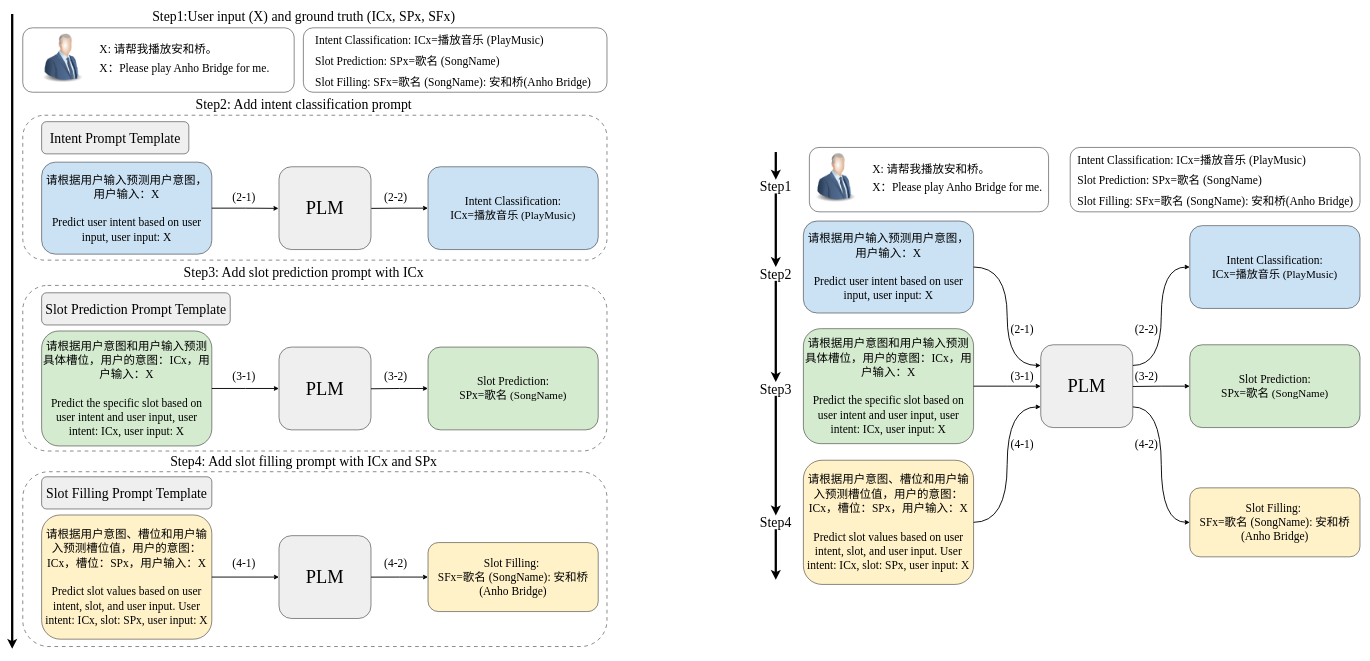
Earlier version of the draw.io diagram chinese_NLU/CpromptNLU.drawio (lengyueit/paper_pic). Source tidied: cells renumbered, new cells numbered last; positions are measured from the earlier drawing's top-left corner, leaving out a move shared by most shapes. Both pictures are drawn from the tidied source at 46%, with x=0, y=0 at pixel (12, 9).
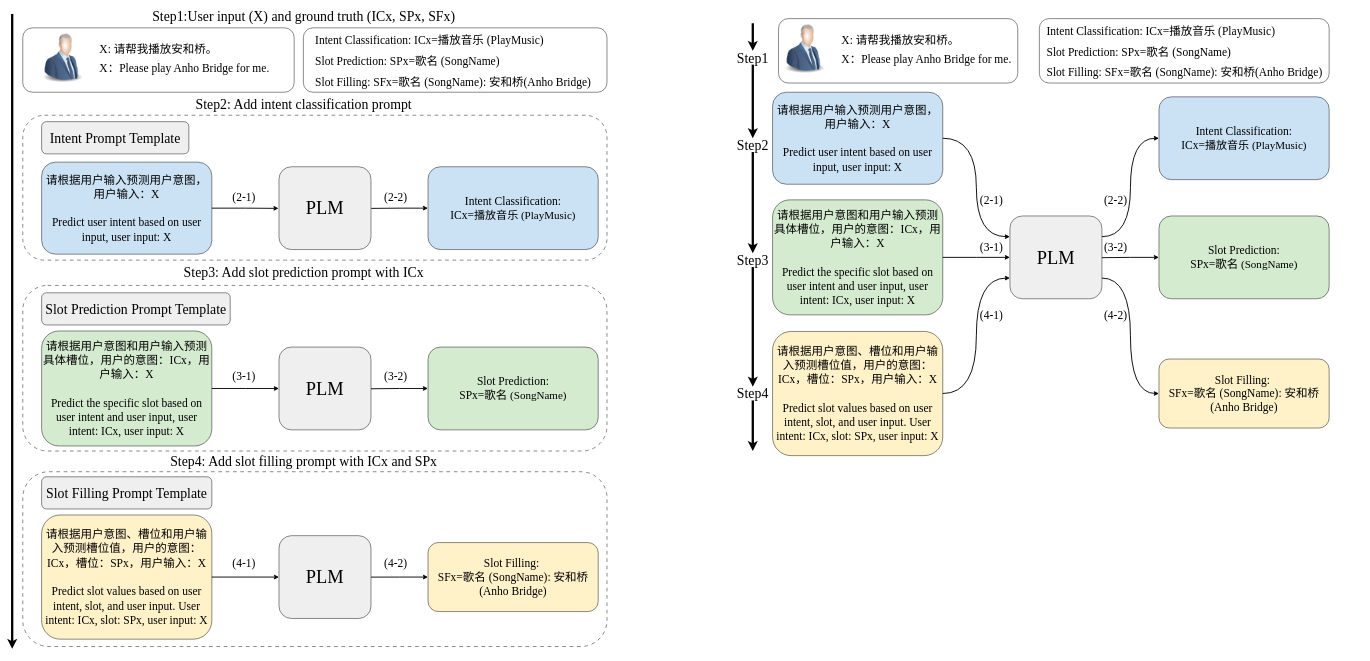
After the change.

What changed in the source:
```diff
@@
+    <mxCell id="83" style="group;" parent="1" vertex="1">
+      <mxGeometry x="1560" y="20" width="1307" height="950" as="geometry" />
+    </mxCell>
-    <mxCell id="44" style="endArrow=classic;html=1;rounded=0;strokeWidth=5;" parent="1" edge="1" source="82">
+    <mxCell id="44" style="endArrow=classic;html=1;rounded=0;strokeWidth=5;" parent="83" edge="1" source="82">
       <mxGeometry relative="1" as="geometry">
-        <mxPoint x="1660" y="1240" as="targetPoint" />
+        <mxPoint x="50" y="940" as="targetPoint" />
       </mxGeometry>
     </mxCell>
-    <mxCell id="45" style="group;" parent="1" vertex="1">
-      <mxGeometry x="1720" y="460" width="1210" height="790" as="geometry" />
+    <mxCell id="45" style="group;" parent="83" vertex="1">
+      <mxGeometry x="93" y="160" width="1210" height="790" as="geometry" />
     </mxCell>
@@
-    <mxCell id="65" style="group;" parent="1" vertex="1">
-      <mxGeometry x="2300" y="300" width="634" height="140" as="geometry" />
+    <mxCell id="65" style="group;" parent="83" vertex="1">
+      <mxGeometry x="673" width="634" height="140" as="geometry" />
     </mxCell>
@@
-    <mxCell id="70" style="group;" parent="1" vertex="1">
-      <mxGeometry x="1720" y="300" width="543" height="140" as="geometry" />
+    <mxCell id="70" style="group;" parent="83" vertex="1">
+      <mxGeometry x="93" width="543" height="140" as="geometry" />
     </mxCell>
@@
-    <mxCell id="75" style="endArrow=classic;html=1;rounded=0;strokeWidth=5;" parent="1" edge="1" target="76">
+    <mxCell id="75" style="endArrow=classic;html=1;rounded=0;strokeWidth=5;" parent="83" edge="1" target="76">
       <mxGeometry relative="1" as="geometry">
-        <mxPoint x="1660" y="310" as="sourcePoint" />
+        <mxPoint x="50" y="10" as="sourcePoint" />
       </mxGeometry>
     </mxCell>
-    <mxCell id="76" value="&lt;font face=&quot;Times New Roman&quot; style=&quot;font-size: 30px;&quot;&gt;Step1&lt;/font&gt;" style="text;html=1;align=center;verticalAlign=middle;whiteSpace=wrap;rounded=0;" parent="1" vertex="1">
-      <mxGeometry x="1610" y="370" width="100" height="30" as="geometry" />
+    <mxCell id="76" value="&lt;font face=&quot;Times New Roman&quot; style=&quot;font-size: 30px;&quot;&gt;Step1&lt;/font&gt;" style="text;html=1;align=center;verticalAlign=middle;whiteSpace=wrap;rounded=0;" parent="83" vertex="1">
+      <mxGeometry y="70" width="100" height="30" as="geometry" />
     </mxCell>
-    <mxCell id="77" style="endArrow=classic;html=1;rounded=0;strokeWidth=5;" parent="1" edge="1" source="76" target="78">
+    <mxCell id="77" style="endArrow=classic;html=1;rounded=0;strokeWidth=5;" parent="83" edge="1" source="76" target="78">
       <mxGeometry relative="1" as="geometry" />
     </mxCell>
-    <mxCell id="78" value="&lt;font face=&quot;Times New Roman&quot; style=&quot;font-size: 30px;&quot;&gt;Step2&lt;/font&gt;" style="text;html=1;align=center;verticalAlign=middle;whiteSpace=wrap;rounded=0;" parent="1" vertex="1">
-      <mxGeometry x="1610" y="560" width="100" height="30" as="geometry" />
+    <mxCell id="78" value="&lt;font face=&quot;Times New Roman&quot; style=&quot;font-size: 30px;&quot;&gt;Step2&lt;/font&gt;" style="text;html=1;align=center;verticalAlign=middle;whiteSpace=wrap;rounded=0;" parent="83" vertex="1">
+      <mxGeometry y="260" width="100" height="30" as="geometry" />
     </mxCell>
-    <mxCell id="79" style="endArrow=classic;html=1;rounded=0;strokeWidth=5;" parent="1" edge="1" source="78" target="80">
+    <mxCell id="79" style="endArrow=classic;html=1;rounded=0;strokeWidth=5;" parent="83" edge="1" source="78" target="80">
       <mxGeometry relative="1" as="geometry" />
     </mxCell>
-    <mxCell id="80" value="&lt;font face=&quot;Times New Roman&quot; style=&quot;font-size: 30px;&quot;&gt;Step3&lt;/font&gt;" style="text;html=1;align=center;verticalAlign=middle;whiteSpace=wrap;rounded=0;" parent="1" vertex="1">
-      <mxGeometry x="1610" y="810" width="100" height="30" as="geometry" />
+    <mxCell id="80" value="&lt;font face=&quot;Times New Roman&quot; style=&quot;font-size: 30px;&quot;&gt;Step3&lt;/font&gt;" style="text;html=1;align=center;verticalAlign=middle;whiteSpace=wrap;rounded=0;" parent="83" vertex="1">
+      <mxGeometry y="510" width="100" height="30" as="geometry" />
     </mxCell>
-    <mxCell id="81" style="endArrow=classic;html=1;rounded=0;strokeWidth=5;" parent="1" edge="1" source="80" target="82">
+    <mxCell id="81" style="endArrow=classic;html=1;rounded=0;strokeWidth=5;" parent="83" edge="1" source="80" target="82">
       <mxGeometry relative="1" as="geometry" />
     </mxCell>
-    <mxCell id="82" value="&lt;font face=&quot;Times New Roman&quot; style=&quot;font-size: 30px;&quot;&gt;Step4&lt;/font&gt;" style="text;html=1;align=center;verticalAlign=middle;whiteSpace=wrap;rounded=0;" parent="1" vertex="1">
-      <mxGeometry x="1610" y="1100" width="100" height="30" as="geometry" />
+    <mxCell id="82" value="&lt;font face=&quot;Times New Roman&quot; style=&quot;font-size: 30px;&quot;&gt;Step4&lt;/font&gt;" style="text;html=1;align=center;verticalAlign=middle;whiteSpace=wrap;rounded=0;" parent="83" vertex="1">
+      <mxGeometry y="800" width="100" height="30" as="geometry" />
     </mxCell>
```
